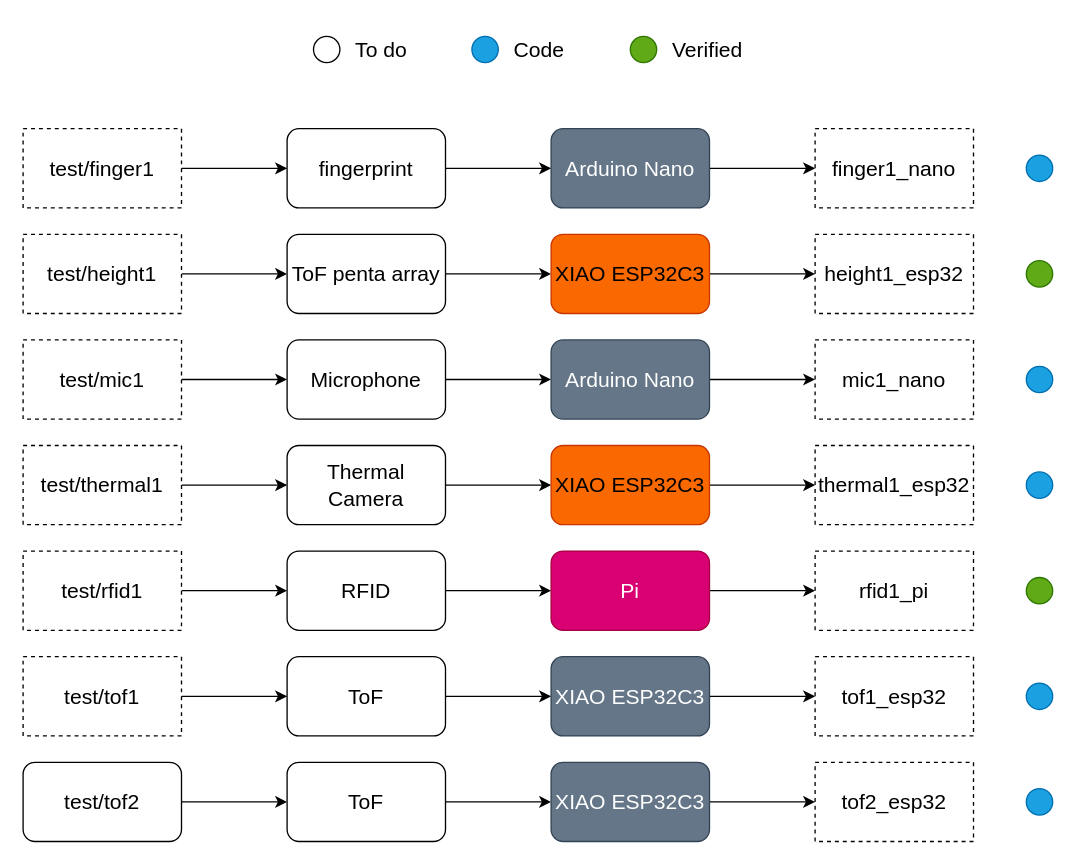
Before: devices.drawio in utsanpb2-234/Reminder-IoT, a draw.io diagram. Source tidied: cells renumbered, new cells numbered last; positions are measured from the earlier drawing's top-left corner, leaving out a move shared by most shapes. Both pictures are drawn from the tidied source at 132%, with x=0, y=0 at pixel (22, 22).
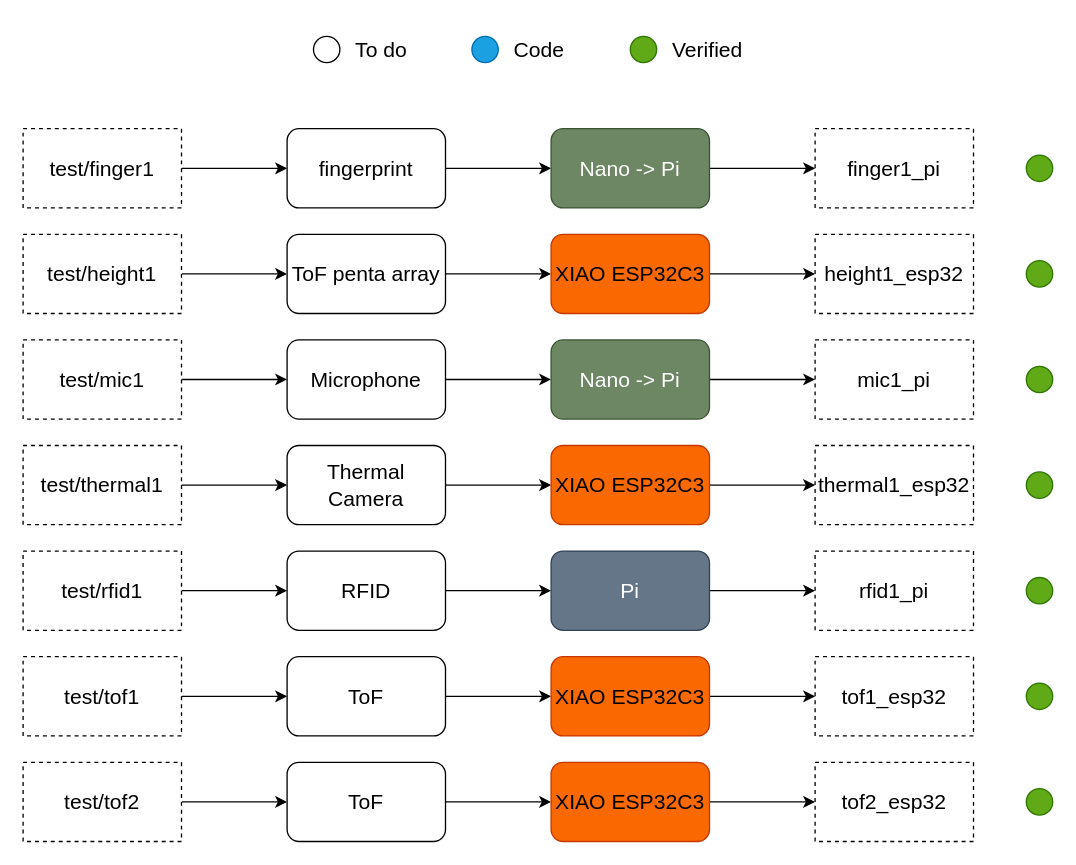
The same diagram, later.

The change refers to these unchanged cells:
```xml
<mxCell id="3" value="fingerprint" style="rounded=1;whiteSpace=wrap;html=1;fontSize=16;" parent="1" vertex="1">
  <mxGeometry x="200" y="80" width="120" height="60" as="geometry" />
</mxCell>
<mxCell id="11" value="Microphone" style="rounded=1;whiteSpace=wrap;html=1;fontSize=16;" parent="1" vertex="1">
  <mxGeometry x="200" y="240" width="120" height="60" as="geometry" />
</mxCell>
```

The edit, as a diff of the source:
```diff
@@
-    <mxCell id="2" style="edgeStyle=orthogonalEdgeStyle;rounded=0;jettySize=auto;html=1;fontSize=16;" parent="1" edge="1" source="3" target="5">
-      <mxGeometry relative="1" as="geometry" />
-    </mxCell>
+    <mxCell id="67" style="edgeStyle=orthogonalEdgeStyle;rounded=0;jettySize=auto;html=1;" parent="1" edge="1" source="3" target="69">
+      <mxGeometry relative="1" as="geometry" />
+    </mxCell>
@@
-    <mxCell id="4" style="edgeStyle=orthogonalEdgeStyle;rounded=0;jettySize=auto;html=1;fontSize=16;" parent="1" edge="1" source="5" target="53">
-      <mxGeometry relative="1" as="geometry" />
-    </mxCell>
-    <mxCell id="5" value="Arduino Nano" style="rounded=1;whiteSpace=wrap;html=1;fontSize=16;fillColor=#647687;fontColor=#ffffff;strokeColor=#314354;" parent="1" vertex="1">
-      <mxGeometry x="400" y="80" width="120" height="60" as="geometry" />
-    </mxCell>
@@
-    <mxCell id="10" style="edgeStyle=orthogonalEdgeStyle;rounded=0;jettySize=auto;html=1;fontSize=16;" parent="1" edge="1" source="11" target="13">
+    <mxCell id="10" style="edgeStyle=orthogonalEdgeStyle;rounded=0;jettySize=auto;html=1;fontSize=16;entryX=0;entryY=0.5;entryDx=0;entryDy=0;" parent="1" edge="1" source="11" target="70">
       <mxGeometry relative="1" as="geometry" />
     </mxCell>
@@
-    <mxCell id="12" style="edgeStyle=orthogonalEdgeStyle;rounded=0;jettySize=auto;html=1;fontSize=16;" parent="1" edge="1" source="13" target="55">
+    <mxCell id="12" style="edgeStyle=orthogonalEdgeStyle;rounded=0;jettySize=auto;html=1;fontSize=16;exitX=1;exitY=0.5;exitDx=0;exitDy=0;" parent="1" edge="1" source="70" target="55">
       <mxGeometry relative="1" as="geometry" />
     </mxCell>
-    <mxCell id="13" value="Arduino Nano" style="whiteSpace=wrap;html=1;rounded=1;fontSize=16;fillColor=#647687;fontColor=#ffffff;strokeColor=#314354;" parent="1" vertex="1">
-      <mxGeometry x="400" y="240" width="120" height="60" as="geometry" />
-    </mxCell>
@@
-    <mxCell id="21" value="Pi" style="whiteSpace=wrap;html=1;rounded=1;fontSize=16;fillColor=#d80073;fontColor=#ffffff;strokeColor=#A50040;" parent="1" vertex="1">
+    <mxCell id="21" value="Pi" style="whiteSpace=wrap;html=1;rounded=1;fontSize=16;fillColor=#647687;fontColor=#ffffff;strokeColor=#314354;" parent="1" vertex="1">
       <mxGeometry x="400" y="400" width="120" height="60" as="geometry" />
     </mxCell>
@@
-    <mxCell id="25" value="XIAO ESP32C3" style="whiteSpace=wrap;html=1;rounded=1;fontSize=16;fillColor=#647687;fontColor=#ffffff;strokeColor=#314354;" parent="1" vertex="1">
+    <mxCell id="25" value="XIAO ESP32C3" style="whiteSpace=wrap;html=1;rounded=1;fontSize=16;fillColor=#fa6800;fontColor=#000000;strokeColor=#C73500;" parent="1" vertex="1">
       <mxGeometry x="400" y="480" width="120" height="60" as="geometry" />
     </mxCell>
@@
-    <mxCell id="38" style="ellipse;whiteSpace=wrap;html=1;fillColor=#1ba1e2;fontColor=#ffffff;strokeColor=#006EAF;" parent="1" vertex="1">
+    <mxCell id="38" style="ellipse;whiteSpace=wrap;html=1;fillColor=#60a917;fontColor=#ffffff;strokeColor=#2D7600;" parent="1" vertex="1">
       <mxGeometry x="760" y="100" width="20" height="20" as="geometry" />
     </mxCell>
@@
-    <mxCell id="40" style="ellipse;whiteSpace=wrap;html=1;fillColor=#1ba1e2;fontColor=#ffffff;strokeColor=#006EAF;" parent="1" vertex="1">
+    <mxCell id="40" style="ellipse;whiteSpace=wrap;html=1;fillColor=#60a917;fontColor=#ffffff;strokeColor=#2D7600;" parent="1" vertex="1">
       <mxGeometry x="760" y="260" width="20" height="20" as="geometry" />
     </mxCell>
-    <mxCell id="41" style="ellipse;whiteSpace=wrap;html=1;fillColor=#1ba1e2;fontColor=#ffffff;strokeColor=#006EAF;" parent="1" vertex="1">
+    <mxCell id="41" style="ellipse;whiteSpace=wrap;html=1;fillColor=#60a917;fontColor=#ffffff;strokeColor=#2D7600;" parent="1" vertex="1">
       <mxGeometry x="760" y="340" width="20" height="20" as="geometry" />
     </mxCell>
@@
-    <mxCell id="43" style="ellipse;whiteSpace=wrap;html=1;fillColor=#1ba1e2;fontColor=#ffffff;strokeColor=#006EAF;" parent="1" vertex="1">
+    <mxCell id="43" style="ellipse;whiteSpace=wrap;html=1;fillColor=#60a917;fontColor=#ffffff;strokeColor=#2D7600;" parent="1" vertex="1">
       <mxGeometry x="760" y="500" width="20" height="20" as="geometry" />
     </mxCell>
@@
-    <mxCell id="47" value="XIAO ESP32C3" style="whiteSpace=wrap;html=1;rounded=1;fontSize=16;fillColor=#647687;fontColor=#ffffff;strokeColor=#314354;" parent="1" vertex="1">
+    <mxCell id="47" value="XIAO ESP32C3" style="whiteSpace=wrap;html=1;rounded=1;fontSize=16;fillColor=#fa6800;fontColor=#000000;strokeColor=#C73500;" parent="1" vertex="1">
       <mxGeometry x="400" y="560" width="120" height="60" as="geometry" />
     </mxCell>
@@
-    <mxCell id="49" value="test/tof2" style="whiteSpace=wrap;html=1;fontSize=16;rounded=1;" parent="1" vertex="1">
+    <mxCell id="49" value="test/tof2" style="whiteSpace=wrap;html=1;fontSize=16;rounded=0;dashed=1;" parent="1" vertex="1">
       <mxGeometry y="560" width="120" height="60" as="geometry" />
     </mxCell>
@@
-    <mxCell id="53" value="finger1_nano" style="rounded=0;whiteSpace=wrap;html=1;fontSize=16;dashed=1;" parent="1" vertex="1">
+    <mxCell id="53" value="finger1_pi" style="rounded=0;whiteSpace=wrap;html=1;fontSize=16;dashed=1;" parent="1" vertex="1">
       <mxGeometry x="600" y="80" width="120" height="60" as="geometry" />
     </mxCell>
@@
-    <mxCell id="55" value="mic1_nano" style="rounded=0;whiteSpace=wrap;html=1;fontSize=16;dashed=1;" parent="1" vertex="1">
+    <mxCell id="55" value="mic1_pi" style="rounded=0;whiteSpace=wrap;html=1;fontSize=16;dashed=1;" parent="1" vertex="1">
       <mxGeometry x="600" y="240" width="120" height="60" as="geometry" />
     </mxCell>
@@
-    <mxCell id="57" style="ellipse;whiteSpace=wrap;html=1;fillColor=#1ba1e2;fontColor=#ffffff;strokeColor=#006EAF;" parent="1" vertex="1">
+    <mxCell id="57" style="ellipse;whiteSpace=wrap;html=1;fillColor=#60a917;fontColor=#ffffff;strokeColor=#2D7600;" parent="1" vertex="1">
       <mxGeometry x="760" y="580" width="20" height="20" as="geometry" />
     </mxCell>
@@
+    <mxCell id="68" style="edgeStyle=orthogonalEdgeStyle;rounded=0;jettySize=auto;html=1;" parent="1" edge="1" source="69" target="53">
+      <mxGeometry relative="1" as="geometry" />
+    </mxCell>
+    <mxCell id="69" value="Nano -&amp;gt; Pi" style="whiteSpace=wrap;html=1;rounded=1;fontSize=16;fillColor=#6d8764;fontColor=#ffffff;strokeColor=#3A5431;" parent="1" vertex="1">
+      <mxGeometry x="400" y="80" width="120" height="60" as="geometry" />
+    </mxCell>
+    <mxCell id="70" value="Nano -&amp;gt; Pi" style="whiteSpace=wrap;html=1;rounded=1;fontSize=16;fillColor=#6d8764;fontColor=#ffffff;strokeColor=#3A5431;" parent="1" vertex="1">
+      <mxGeometry x="400" y="240" width="120" height="60" as="geometry" />
+    </mxCell>
```
